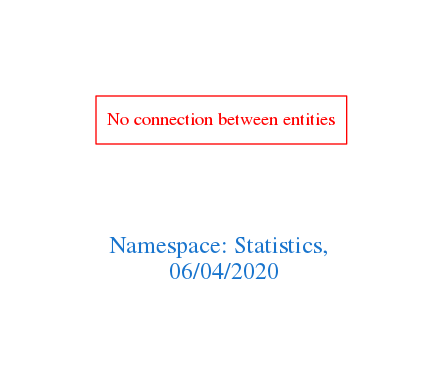
arago/OGIT keeps this Graphviz diagram as downloads/Statistics.png. Above is the earlier version. Its source is kept beside it as downloads/Statistics.dot.
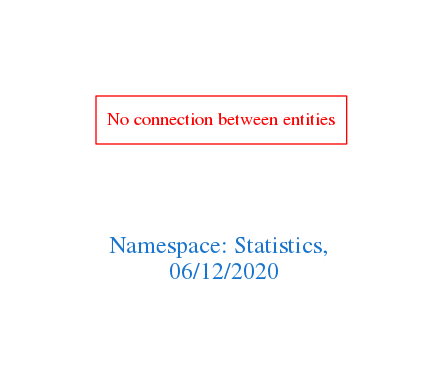
Above is the later version.

Change to the diagram source:
```diff
@@ -1,7 +1,7 @@
 digraph OGIT_ontology {
  graph [ rankdir= LR,pad=1
 fontsize = 18,
-fontcolor= dodgerblue3,label = "\n\n\nNamespace: Statistics, \n 06/04/2020"];
+fontcolor= dodgerblue3,label = "\n\n\nNamespace: Statistics, \n 06/12/2020"];
 node[shape=polygon];
 edge [  color="gray81"];
 
```
